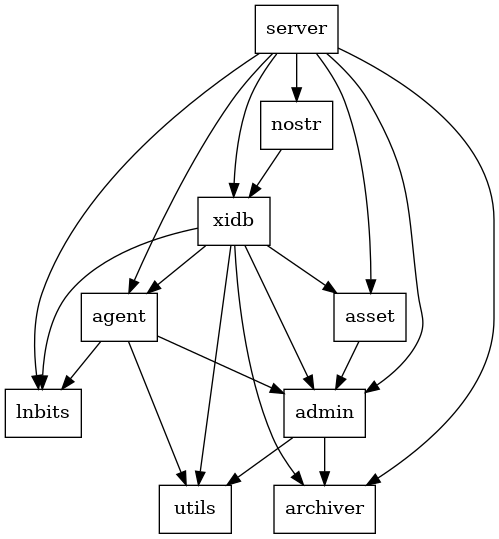
Before: design/modules.png, a diagram exported from Graphviz (macterra/artx-market). Its source is kept beside it as design/modules.dot.
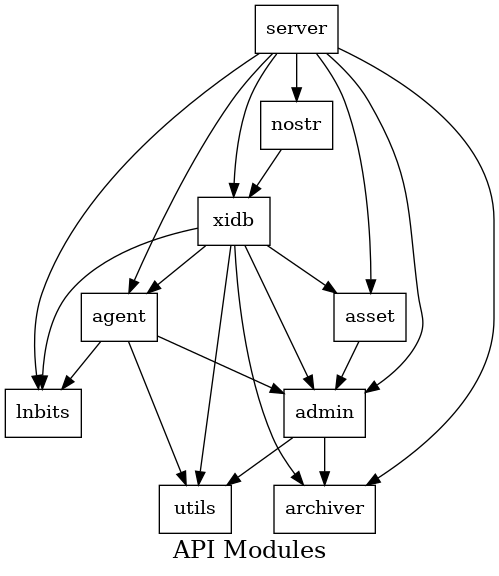
Above is the later version.

Diff of the diagram source:
```diff
@@ -1,4 +1,7 @@
 digraph G {
+  label="API Modules";
+  fontsize=18;
+
   node [shape=box];
   xidb -> agent;
   xidb -> asset;
```
